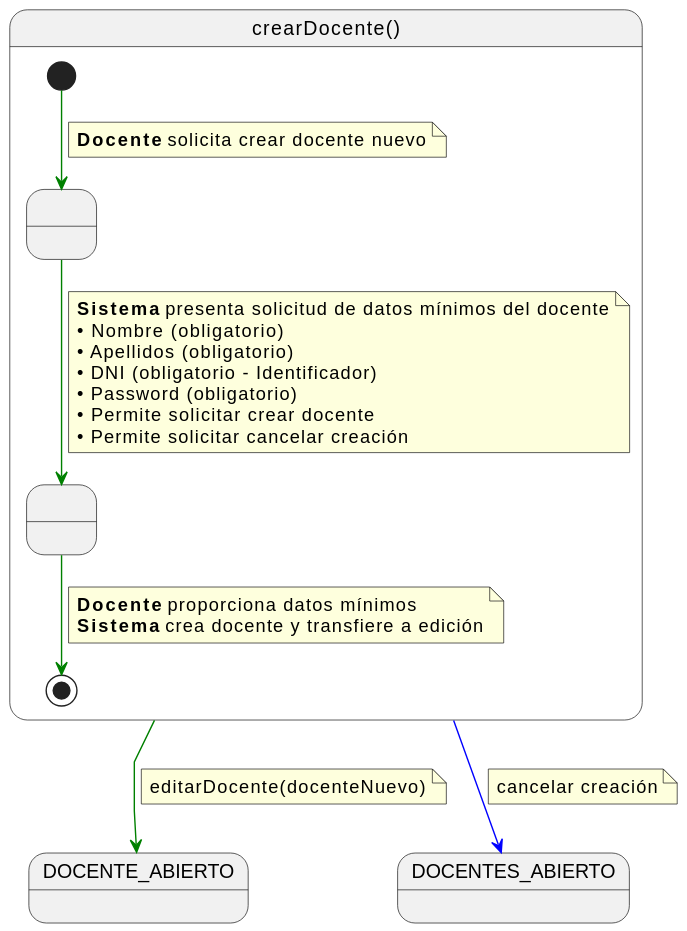
martinlopez7/25-26-IdSw1-SdR keeps this PlantUML diagram as documents/casos-de-uso/detalladoCasosDeUso/crearDocente/crearDocente.svg. Above is the earlier version. Source of this version:
```plantuml
@startuml
skinparam linetype polyline

state crearDocente as "crearDocente()" {

    state " " as SolicitandoDatos
    state " " as CreandoDocente

    [*] -[#green]-> SolicitandoDatos
    note on link
    <b>Docente</b> solicita crear docente nuevo
    end note

    SolicitandoDatos -[#green]-> CreandoDocente
    note on link
    <b>Sistema</b> presenta solicitud de datos mínimos del docente
    • Nombre (obligatorio)
    • Apellidos (obligatorio)
    • DNI (obligatorio - Identificador)
    • Password (obligatorio)
    • Permite solicitar crear docente
    • Permite solicitar cancelar creación
    end note

    CreandoDocente -[#green]-> [*]
    note on link
    <b>Docente</b> proporciona datos mínimos
    <b>Sistema</b> crea docente y transfiere a edición
    end note
}

crearDocente -[#green]-> DOCENTE_ABIERTO
note on link
editarDocente(docenteNuevo)
end note

crearDocente -[#blue]-> DOCENTES_ABIERTO
note on link
cancelar creación
end note
@enduml
```
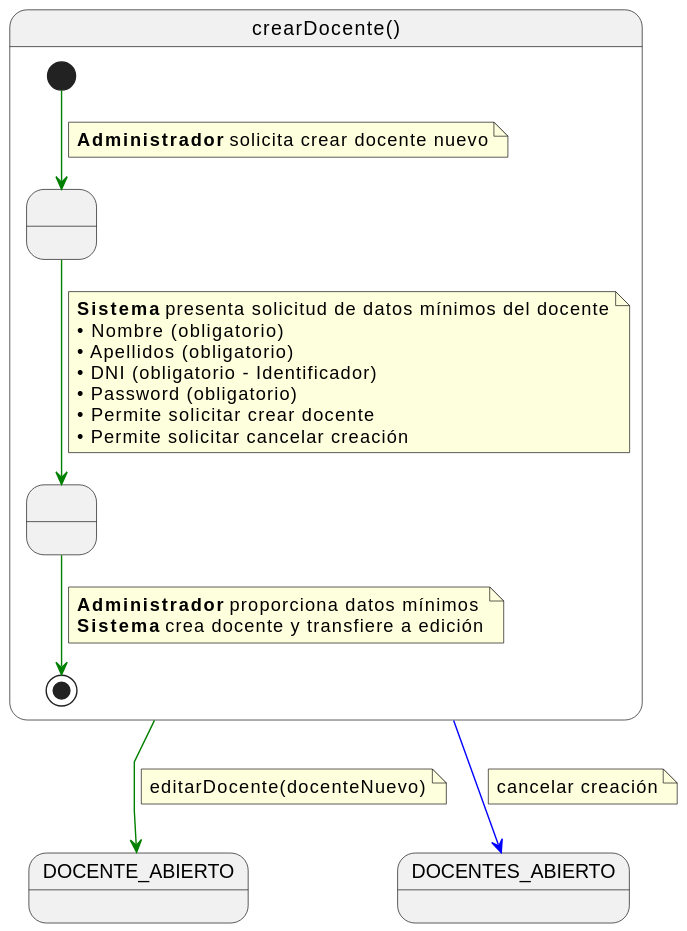
After the change.

Commit message:
fix(cu): cambio del actor en el caso de uso de crearDocente [refs #55]

Diff of the diagram source:
```diff
@@ -8,7 +8,7 @@
 
     [*] -[#green]-> SolicitandoDatos
     note on link
-    <b>Docente</b> solicita crear docente nuevo
+    <b>Administrador</b> solicita crear docente nuevo
     end note
 
     SolicitandoDatos -[#green]-> CreandoDocente
@@ -24,7 +24,7 @@
 
     CreandoDocente -[#green]-> [*]
     note on link
-    <b>Docente</b> proporciona datos mínimos
+    <b>Administrador</b> proporciona datos mínimos
     <b>Sistema</b> crea docente y transfiere a edición
     end note
 }
```
